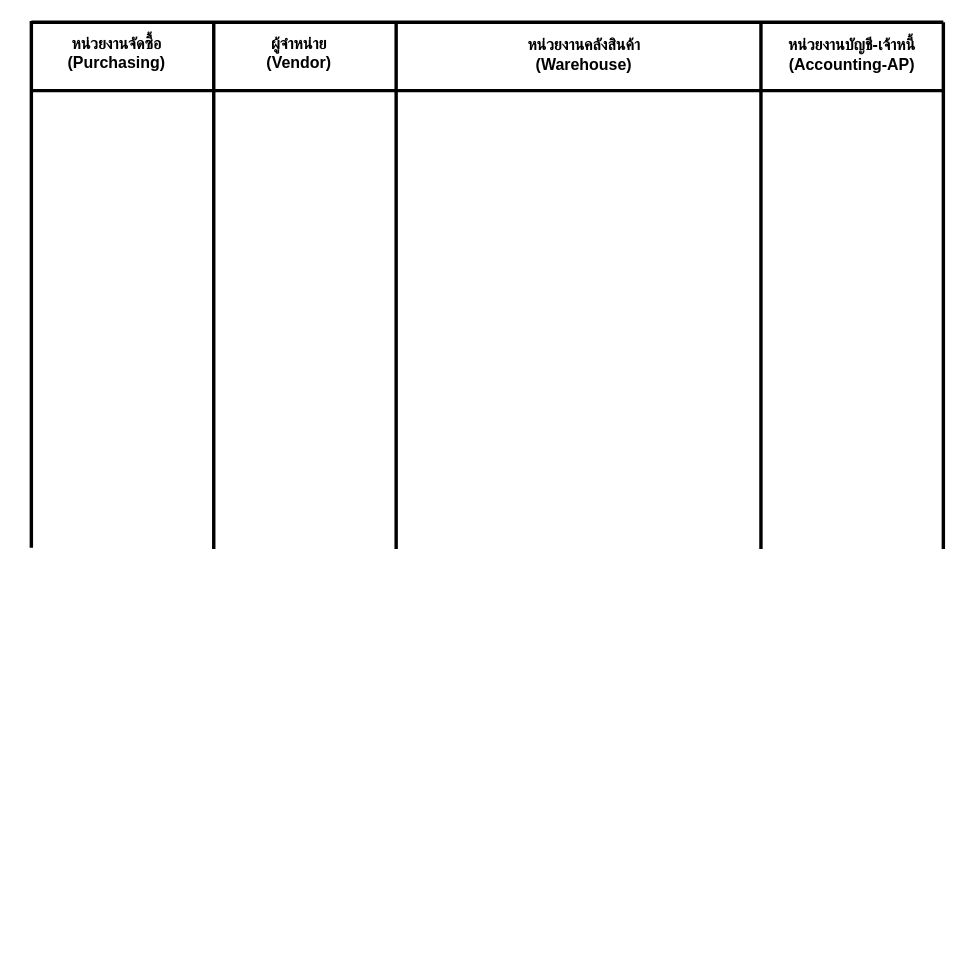
The draw.io diagram Untitled Diagram.drawio in Rattapornp94/hello-wold, before the edit. Source tidied: cells renumbered, new cells numbered last; positions are measured from the earlier drawing's top-left corner, leaving out a move shared by most shapes. Both pictures are drawn from the tidied source at 114%, with x=0, y=0 at pixel (19, 21).
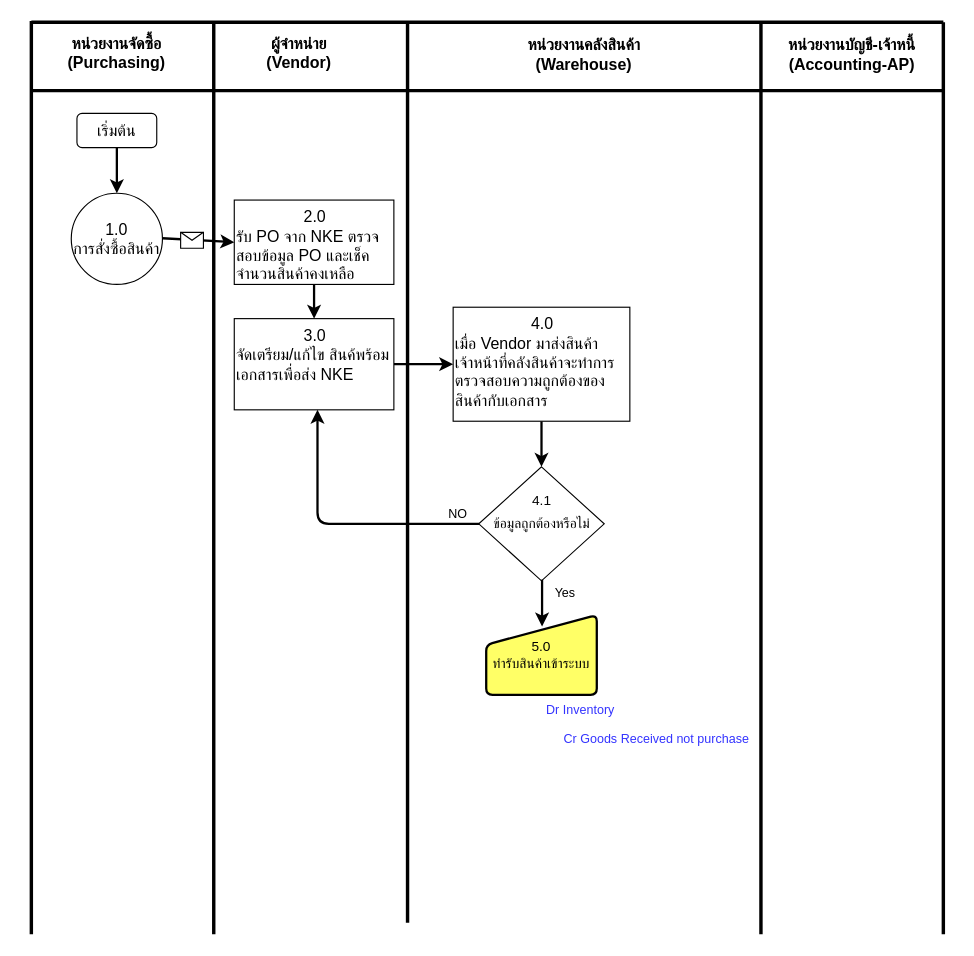
After the change.

Change to the diagram source:
```diff
@@
     <mxCell id="2" style="endArrow=none;html=1;strokeWidth=3;" parent="1" edge="1">
       <mxGeometry relative="1" as="geometry">
-        <mxPoint x="10" y="462" as="sourcePoint" />
+        <mxPoint x="10" y="801" as="sourcePoint" />
         <mxPoint x="10" as="targetPoint" />
       </mxGeometry>
     </mxCell>
@@
     <mxCell id="4" style="endArrow=none;html=1;strokeWidth=3;" parent="1" edge="1">
       <mxGeometry relative="1" as="geometry">
-        <mxPoint x="810" y="463" as="sourcePoint" />
+        <mxPoint x="810" y="801" as="sourcePoint" />
         <mxPoint x="810" y="1" as="targetPoint" />
       </mxGeometry>
     </mxCell>
     <mxCell id="5" style="endArrow=none;html=1;strokeWidth=3;" parent="1" edge="1">
       <mxGeometry relative="1" as="geometry">
-        <mxPoint x="170" y="463" as="sourcePoint" />
+        <mxPoint x="170" y="801" as="sourcePoint" />
         <mxPoint x="170" y="1" as="targetPoint" />
       </mxGeometry>
     </mxCell>
     <mxCell id="6" style="endArrow=none;html=1;strokeWidth=3;" parent="1" edge="1">
       <mxGeometry relative="1" as="geometry">
-        <mxPoint x="330" y="463" as="sourcePoint" />
-        <mxPoint x="330" y="1" as="targetPoint" />
+        <mxPoint x="340" y="791" as="sourcePoint" />
+        <mxPoint x="340" y="1" as="targetPoint" />
       </mxGeometry>
     </mxCell>
     <mxCell id="7" style="endArrow=none;html=1;strokeWidth=3;" parent="1" edge="1">
       <mxGeometry relative="1" as="geometry">
-        <mxPoint x="650" y="463" as="sourcePoint" />
+        <mxPoint x="650" y="801" as="sourcePoint" />
         <mxPoint x="650" y="1" as="targetPoint" />
       </mxGeometry>
     </mxCell>
@@
+    <mxCell id="13" value="1.0&lt;br&gt;การสั่งซื้อสินค้า" style="ellipse;whiteSpace=wrap;html=1;fontSize=14;" parent="1" vertex="1">
+      <mxGeometry x="45" y="151" width="80" height="80" as="geometry" />
+    </mxCell>
+    <mxCell id="14" style="edgeStyle=orthogonalEdgeStyle;rounded=0;jettySize=auto;html=1;entryX=0.5;entryY=0;entryDx=0;entryDy=0;strokeWidth=2;fontSize=14;" parent="1" edge="1" source="15" target="13">
+      <mxGeometry relative="1" as="geometry" />
+    </mxCell>
+    <mxCell id="15" value="เริ่มต้น" style="rounded=1;whiteSpace=wrap;html=1;fontSize=14;" parent="1" vertex="1">
+      <mxGeometry x="50" y="81" width="70" height="30" as="geometry" />
+    </mxCell>
+    <mxCell id="16" style="edgeStyle=orthogonalEdgeStyle;rounded=0;jettySize=auto;html=1;entryX=0.5;entryY=0;entryDx=0;entryDy=0;strokeWidth=2;fontSize=14;" parent="1" edge="1" source="17" target="23">
+      <mxGeometry relative="1" as="geometry" />
+    </mxCell>
+    <mxCell id="17" value="&lt;div style=&quot;text-align: center&quot;&gt;&lt;span&gt;2.0&lt;/span&gt;&lt;/div&gt;รับ PO จาก NKE ตรวจสอบข้อมูล PO และเช็คจำนวนสินค้าคงเหลือ&amp;nbsp;" style="rounded=0;whiteSpace=wrap;html=1;fontSize=14;align=left;verticalAlign=top;" parent="1" vertex="1">
+      <mxGeometry x="188" y="157" width="140" height="74" as="geometry" />
+    </mxCell>
+    <mxCell id="18" style="endArrow=classic;html=1;strokeWidth=2;fontSize=14;entryX=0;entryY=0.5;entryDx=0;entryDy=0;entryPerimeter=0;" parent="1" edge="1" target="17">
+      <mxGeometry relative="1" as="geometry">
+        <mxPoint x="125" y="190.5" as="sourcePoint" />
+      </mxGeometry>
+    </mxCell>
+    <mxCell id="19" style="shape=message;html=1;" parent="18" vertex="1">
+      <mxGeometry width="20" height="14" relative="1" as="geometry">
+        <mxPoint x="-16" y="-7" as="offset" />
+      </mxGeometry>
+    </mxCell>
+    <mxCell id="20" style="edgeStyle=orthogonalEdgeStyle;rounded=0;jettySize=auto;html=1;entryX=0.5;entryY=0;entryDx=0;entryDy=0;strokeWidth=2;fontSize=12;" parent="1" edge="1" source="21" target="24">
+      <mxGeometry relative="1" as="geometry" />
+    </mxCell>
+    <mxCell id="21" value="&lt;div style=&quot;text-align: center&quot;&gt;4.0&lt;/div&gt;เมื่อ Vendor มาส่งสินค้า&lt;br&gt;เจ้าหน้าที่คลังสินค้าจะทำการตรวจสอบความถูกต้องของสินค้ากับเอกสาร" style="rounded=0;whiteSpace=wrap;html=1;fontSize=14;align=left;verticalAlign=top;" parent="1" vertex="1">
+      <mxGeometry x="380" y="251" width="155" height="100" as="geometry" />
+    </mxCell>
+    <mxCell id="22" style="edgeStyle=orthogonalEdgeStyle;rounded=0;jettySize=auto;html=1;entryX=0;entryY=0.5;entryDx=0;entryDy=0;strokeWidth=2;fontSize=14;" parent="1" edge="1" source="23" target="21">
+      <mxGeometry relative="1" as="geometry" />
+    </mxCell>
+    <mxCell id="23" value="&lt;div style=&quot;text-align: center&quot;&gt;&lt;span&gt;3.0&lt;/span&gt;&lt;/div&gt;จัดเตรียม/แก้ไข สินค้พร้อมเอกสารเพื่อส่ง NKE" style="rounded=0;whiteSpace=wrap;html=1;fontSize=14;align=left;verticalAlign=top;" parent="1" vertex="1">
+      <mxGeometry x="188" y="261" width="140" height="80" as="geometry" />
+    </mxCell>
+    <mxCell id="24" value="ข้อมูลถูกต้องหรือไม่" style="rhombus;whiteSpace=wrap;html=1;fontSize=12;align=center;" parent="1" vertex="1">
+      <mxGeometry x="402.5" y="391" width="110" height="100" as="geometry" />
+    </mxCell>
+    <mxCell id="25" value="4.1" style="text;html=1;strokeColor=none;fillColor=none;align=center;verticalAlign=middle;whiteSpace=wrap;rounded=0;fontSize=12;" parent="1" vertex="1">
+      <mxGeometry x="437.5" y="411" width="40" height="20" as="geometry" />
+    </mxCell>
+    <mxCell id="26" style="endArrow=classic;html=1;strokeWidth=2;fontSize=12;entryX=0.5;entryY=1;entryDx=0;entryDy=0;" parent="1" edge="1">
+      <mxGeometry relative="1" as="geometry">
+        <mxPoint x="403" y="441" as="sourcePoint" />
+        <mxPoint x="261" y="341" as="targetPoint" />
+        <Array as="points">
+          <mxPoint x="261" y="441" />
+        </Array>
+      </mxGeometry>
+    </mxCell>
+    <mxCell id="27" value="NO" style="edgeLabel;html=1;align=center;verticalAlign=middle;" parent="26" vertex="1">
+      <mxGeometry relative="1" as="geometry">
+        <mxPoint x="101" y="-10" as="offset" />
+      </mxGeometry>
+    </mxCell>
+    <mxCell id="28" value="5.0&lt;br&gt;ทำรับสินค้าเข้าระบบ" style="html=1;strokeWidth=2;shape=manualInput;whiteSpace=wrap;rounded=1;size=26;arcSize=11;fontSize=12;align=center;verticalAlign=middle;fillColor=#FFFF66;" parent="1" vertex="1">
+      <mxGeometry x="409" y="521" width="97" height="70" as="geometry" />
+    </mxCell>
+    <mxCell id="29" style="endArrow=classic;html=1;strokeWidth=2;fontSize=12;" parent="1" edge="1">
+      <mxGeometry relative="1" as="geometry">
+        <mxPoint x="458" y="490" as="sourcePoint" />
+        <mxPoint x="458" y="531" as="targetPoint" />
+      </mxGeometry>
+    </mxCell>
+    <mxCell id="30" value="Yes" style="edgeLabel;html=1;align=center;verticalAlign=middle;" parent="29" vertex="1">
+      <mxGeometry relative="1" as="geometry">
+        <mxPoint x="19.5" y="-10" as="offset" />
+      </mxGeometry>
+    </mxCell>
+    <mxCell id="31" value="Dr Inventory&lt;br style=&quot;font-size: 11px;&quot;&gt;&lt;br style=&quot;font-size: 11px;&quot;&gt;&amp;nbsp; &amp;nbsp; &amp;nbsp;Cr Goods Received not purchase" style="text;html=1;strokeColor=none;fillColor=none;align=left;verticalAlign=top;whiteSpace=wrap;rounded=0;fontSize=11;fontColor=#3333FF;fontStyle=0;" parent="1" vertex="1">
+      <mxGeometry x="460" y="591" width="180" height="60" as="geometry" />
+    </mxCell>
```
